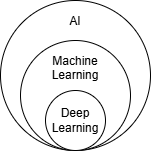
danielsimon4/deep-learning-book keeps this draw.io diagram as deeplearningbook/images/deep-learning.png. Above is the earlier version. Source tidied: cells renumbered, new cells last; positions are measured from the earlier drawing's top-left corner, leaving out a move shared by most shapes.
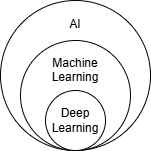
Above is the later version.

Change to the diagram source:
```diff
@@ -2,10 +2,10 @@
   <root>
     <mxCell id="0" />
     <mxCell id="1" parent="0" />
-    <mxCell id="2" value="AI" style="ellipse;whiteSpace=wrap;html=1;verticalAlign=top;spacing=9;" parent="1" vertex="1">
+    <mxCell id="2" value="AI" style="ellipse;whiteSpace=wrap;html=1;verticalAlign=top;spacing=12;" parent="1" vertex="1">
       <mxGeometry width="150" height="150" as="geometry" />
     </mxCell>
-    <mxCell id="3" value="Machine&lt;div&gt;Learning&lt;/div&gt;" style="ellipse;whiteSpace=wrap;html=1;verticalAlign=top;spacing=9;" parent="1" vertex="1">
+    <mxCell id="3" value="Machine&lt;div&gt;Learning&lt;/div&gt;" style="ellipse;whiteSpace=wrap;html=1;verticalAlign=top;spacing=11;" parent="1" vertex="1">
       <mxGeometry x="20" y="40" width="110" height="110" as="geometry" />
     </mxCell>
     <mxCell id="4" value="Deep&lt;div&gt;Learning&lt;/div&gt;" style="ellipse;whiteSpace=wrap;html=1;" parent="1" vertex="1">
```
